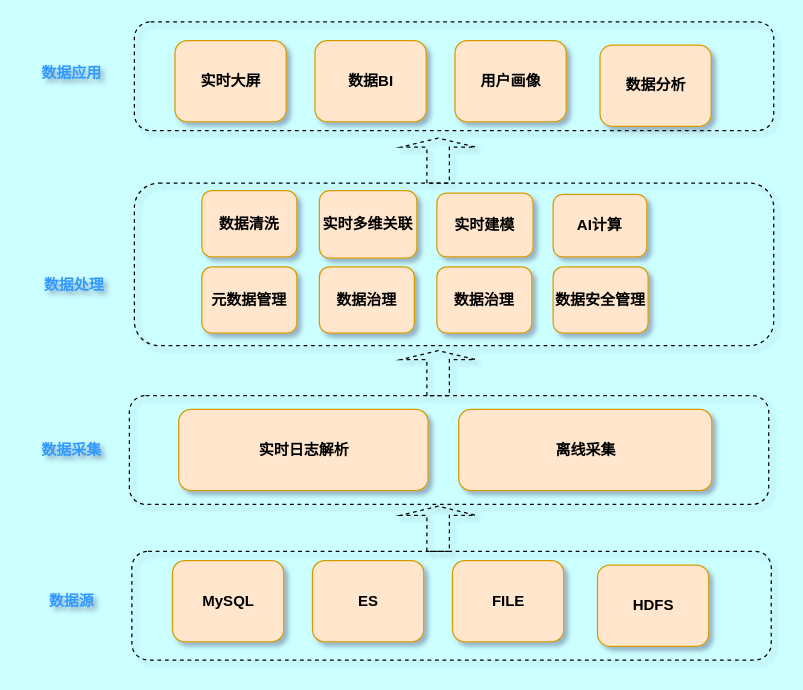
The draw.io diagram Untitled Diagram.drawio in lbship/Blog, before the edit. Source tidied: cells renumbered, new cells numbered last; positions are measured from the earlier drawing's top-left corner, leaving out a move shared by most shapes. Both pictures are drawn from the tidied source at 125%, with x=0, y=0 at pixel (21, 21).
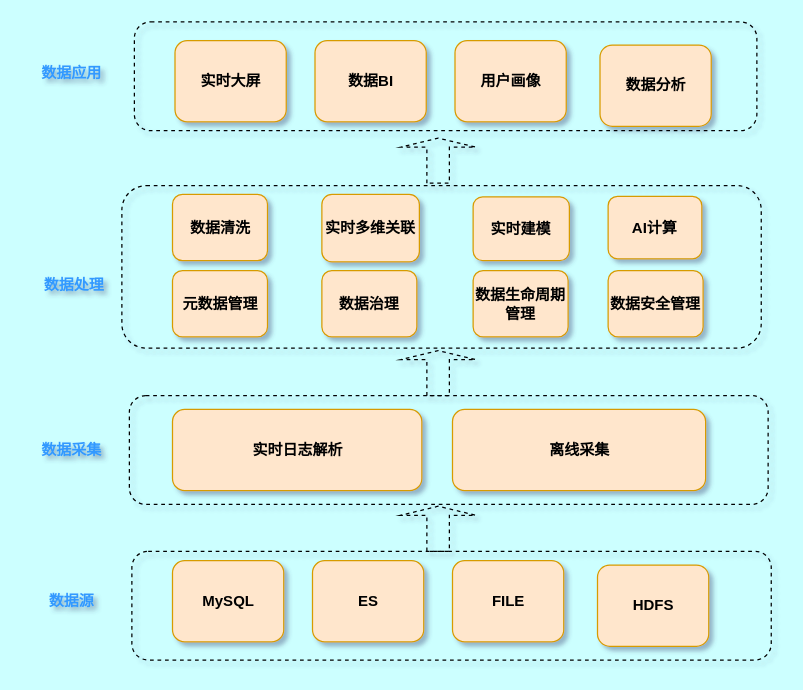
The same diagram, later.

What changed in the source:
```diff
@@
     <mxCell id="9" value="实时日志解析" style="rounded=1;whiteSpace=wrap;html=1;fillColor=#ffe6cc;strokeColor=#d79b00;fontStyle=1;" parent="1" vertex="1">
-      <mxGeometry x="125.5" y="310" width="199.5" height="65" as="geometry" />
+      <mxGeometry x="120.5" y="310" width="199.5" height="65" as="geometry" />
     </mxCell>
     <mxCell id="10" value="离线采集" style="rounded=1;whiteSpace=wrap;html=1;fillColor=#ffe6cc;strokeColor=#d79b00;fontStyle=1;" parent="1" vertex="1">
-      <mxGeometry x="349.5" y="310" width="202.5" height="65" as="geometry" />
+      <mxGeometry x="344.5" y="310" width="202.5" height="65" as="geometry" />
     </mxCell>
     <mxCell id="11" value="数据清洗" style="rounded=1;whiteSpace=wrap;html=1;fillColor=#ffe6cc;strokeColor=#d79b00;fontStyle=1;" parent="1" vertex="1">
-      <mxGeometry x="144" y="135" width="76" height="53" as="geometry" />
+      <mxGeometry x="120.5" y="138" width="76" height="53" as="geometry" />
     </mxCell>
@@
     <mxCell id="13" value="实时多维关联" style="rounded=1;whiteSpace=wrap;html=1;fillColor=#ffe6cc;strokeColor=#d79b00;fontStyle=1;" parent="1" vertex="1">
-      <mxGeometry x="238" y="135" width="78" height="54" as="geometry" />
+      <mxGeometry x="240" y="138" width="78" height="54" as="geometry" />
     </mxCell>
     <mxCell id="14" value="实时建模" style="rounded=1;whiteSpace=wrap;html=1;fillColor=#ffe6cc;strokeColor=#d79b00;fontStyle=1;" parent="1" vertex="1">
-      <mxGeometry x="332" y="137" width="77" height="51" as="geometry" />
+      <mxGeometry x="361" y="140" width="77" height="51" as="geometry" />
     </mxCell>
     <mxCell id="15" value="AI计算" style="rounded=1;whiteSpace=wrap;html=1;fillColor=#ffe6cc;strokeColor=#d79b00;fontStyle=1;" parent="1" vertex="1">
-      <mxGeometry x="425" y="138" width="75" height="50" as="geometry" />
+      <mxGeometry x="469" y="139.5" width="75" height="50" as="geometry" />
     </mxCell>
     <mxCell id="16" value="元数据管理" style="rounded=1;whiteSpace=wrap;html=1;fillColor=#ffe6cc;strokeColor=#d79b00;fontStyle=1;" parent="1" vertex="1">
-      <mxGeometry x="144" y="196" width="76" height="53" as="geometry" />
+      <mxGeometry x="120.5" y="199" width="76" height="53" as="geometry" />
     </mxCell>
     <mxCell id="17" value="数据治理" style="rounded=1;whiteSpace=wrap;html=1;fillColor=#ffe6cc;strokeColor=#d79b00;fontStyle=1;" parent="1" vertex="1">
-      <mxGeometry x="238" y="196" width="76" height="53" as="geometry" />
+      <mxGeometry x="240" y="199" width="76" height="53" as="geometry" />
     </mxCell>
-    <mxCell id="18" value="数据治理" style="rounded=1;whiteSpace=wrap;html=1;fillColor=#ffe6cc;strokeColor=#d79b00;fontStyle=1;" parent="1" vertex="1">
-      <mxGeometry x="332" y="196" width="76" height="53" as="geometry" />
+    <mxCell id="18" value="数据生命周期管理" style="rounded=1;whiteSpace=wrap;html=1;fillColor=#ffe6cc;strokeColor=#d79b00;fontStyle=1;" parent="1" vertex="1">
+      <mxGeometry x="361" y="199" width="76" height="53" as="geometry" />
     </mxCell>
     <mxCell id="19" value="数据安全管理" style="rounded=1;whiteSpace=wrap;html=1;fillColor=#ffe6cc;strokeColor=#d79b00;fontStyle=1;" parent="1" vertex="1">
-      <mxGeometry x="425" y="196" width="76" height="53" as="geometry" />
+      <mxGeometry x="469" y="199" width="76" height="53" as="geometry" />
     </mxCell>
@@
     <mxCell id="24" style="rounded=1;whiteSpace=wrap;html=1;labelBackgroundColor=#FFE6CC;fontColor=#3399FF;fillColor=none;labelBorderColor=none;dashed=1;fontStyle=1;" parent="1" vertex="1">
-      <mxGeometry x="90" width="511.5" height="87" as="geometry" />
+      <mxGeometry x="90" width="498" height="87" as="geometry" />
     </mxCell>
     <mxCell id="25" style="rounded=1;whiteSpace=wrap;html=1;labelBackgroundColor=#FFE6CC;fontColor=#3399FF;fillColor=none;labelBorderColor=none;dashed=1;fontStyle=1;" parent="1" vertex="1">
-      <mxGeometry x="86" y="299" width="511.5" height="87" as="geometry" />
+      <mxGeometry x="86" y="299" width="511" height="87" as="geometry" />
     </mxCell>
     <mxCell id="26" style="rounded=1;whiteSpace=wrap;html=1;labelBackgroundColor=#FFE6CC;fontColor=#3399FF;fillColor=none;labelBorderColor=none;dashed=1;fontStyle=1;" parent="1" vertex="1">
-      <mxGeometry x="90" y="129" width="511.5" height="130" as="geometry" />
+      <mxGeometry x="80" y="131" width="511.5" height="130" as="geometry" />
     </mxCell>
```
